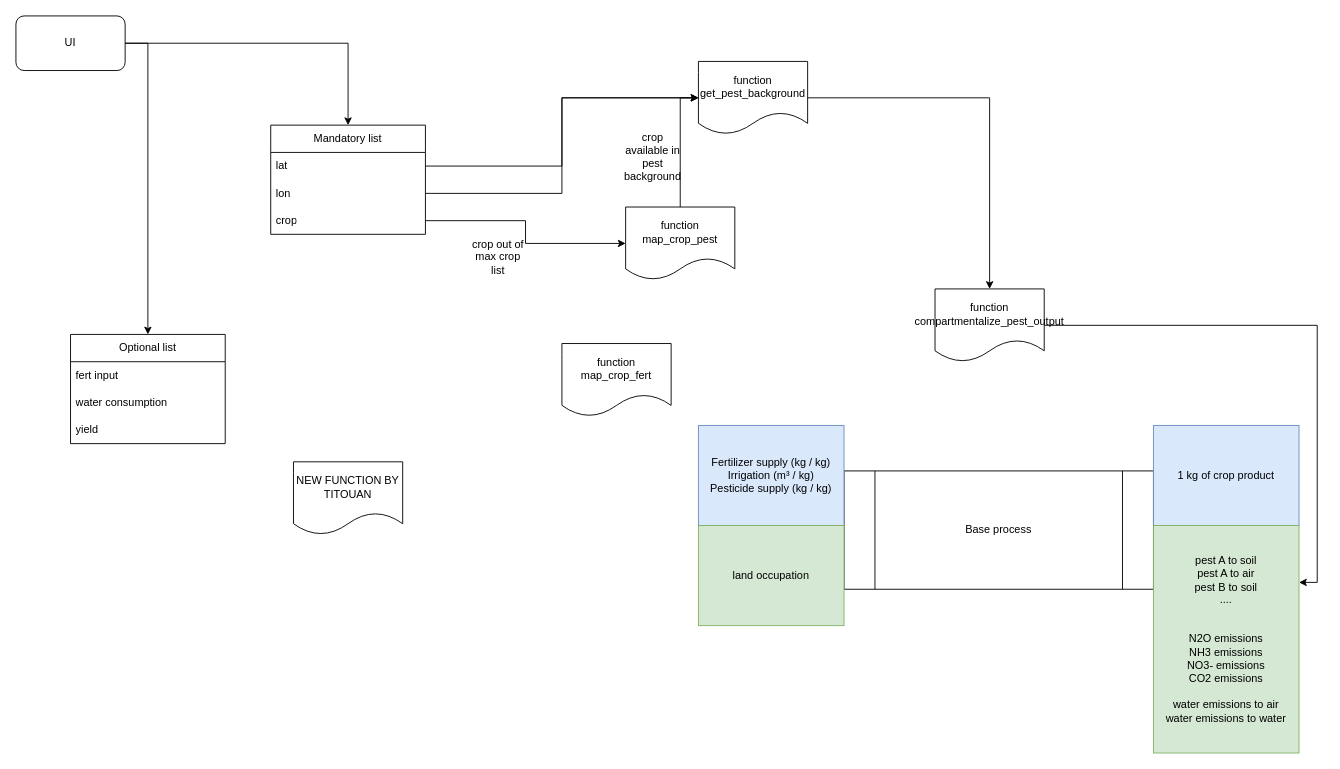
The draw.io diagram docs/Calcey_data_flow.drawio in TitouanGreffe/Calcey, before the edit. Source tidied: cells renumbered, new cells numbered last; positions are measured from the earlier drawing's top-left corner, leaving out a move shared by most shapes. Both pictures are drawn from the tidied source at 91%, with x=0, y=0 at pixel (15, 15).
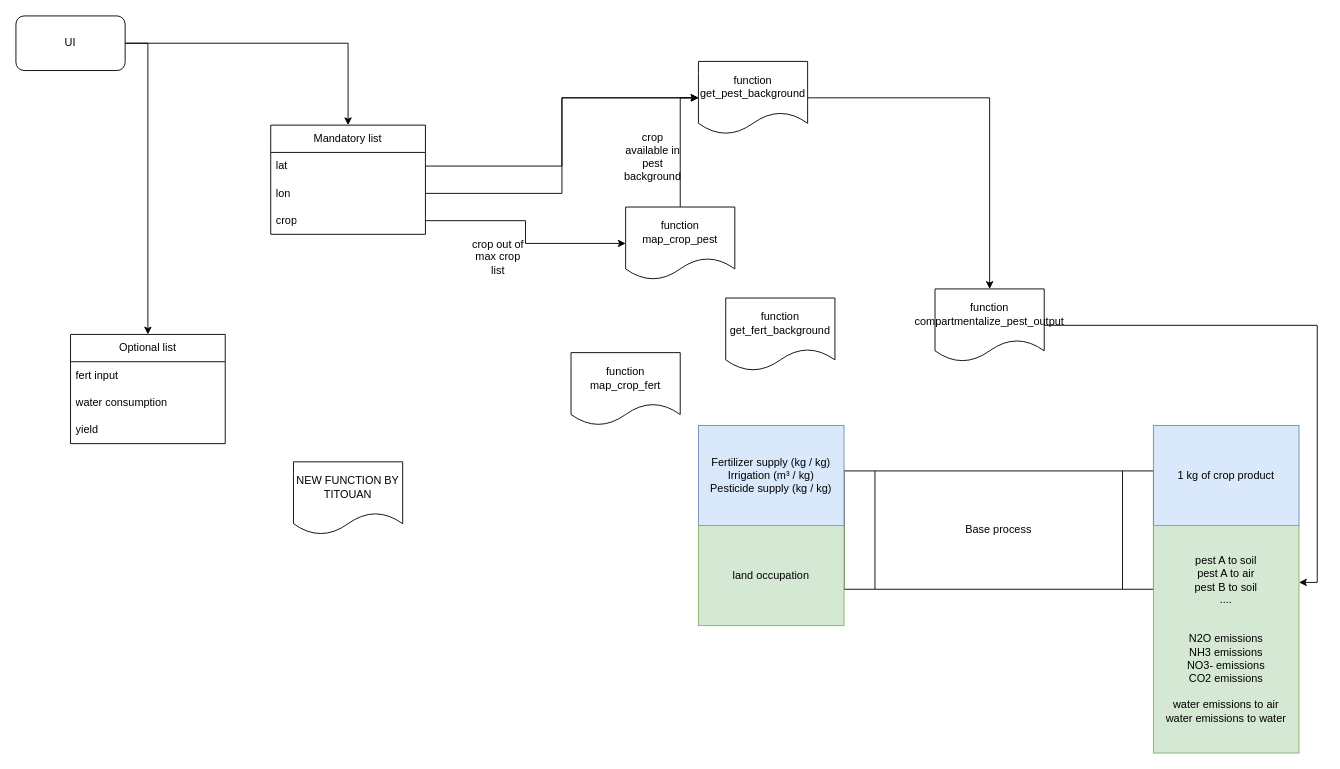
After the change.

Diff of the diagram source:
```diff
@@
-    <mxCell id="29" value="function map_crop_fert" style="shape=document;whiteSpace=wrap;html=1;boundedLbl=1;fontStyle=0;startSize=30;" parent="1" vertex="1">
-      <mxGeometry x="600" y="360" width="120" height="80" as="geometry" />
+    <mxCell id="29" value="function get_fert_background" style="shape=document;whiteSpace=wrap;html=1;boundedLbl=1;fontStyle=0;startSize=30;" parent="1" vertex="1">
+      <mxGeometry x="780" y="310" width="120" height="80" as="geometry" />
     </mxCell>
+    <mxCell id="31" value="function map_crop_fert" style="shape=document;whiteSpace=wrap;html=1;boundedLbl=1;fontStyle=0;startSize=30;" parent="1" vertex="1">
+      <mxGeometry x="610" y="370" width="120" height="80" as="geometry" />
+    </mxCell>
```
